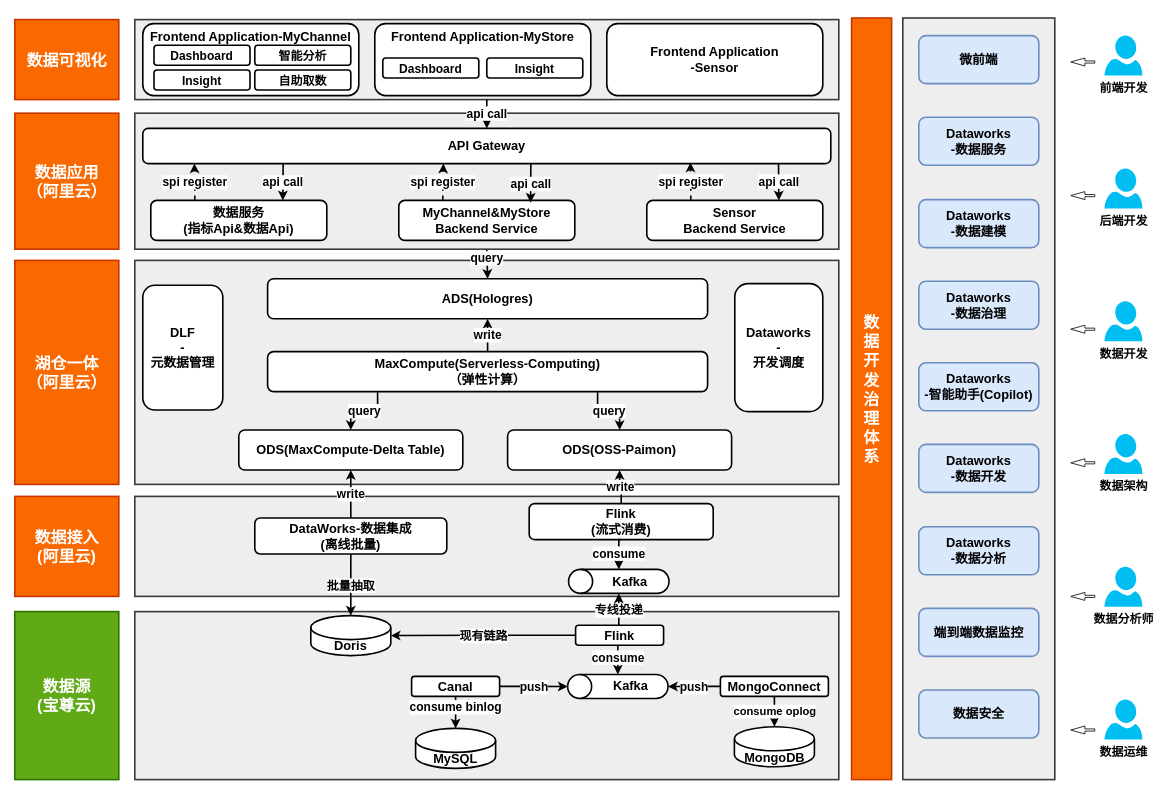
jackie-thank/beego-authz keeps this draw.io diagram as page "Apple-future-architecture-pitch2" (14 of 17) of indicator-platform.drawio. Above is the earlier version. Source tidied: cells renumbered, new cells numbered last; positions are measured from the earlier drawing's top-left corner, leaving out a move shared by most shapes. Both pictures are drawn from the tidied source at 80%, with x=0, y=0 at pixel (14, 18).
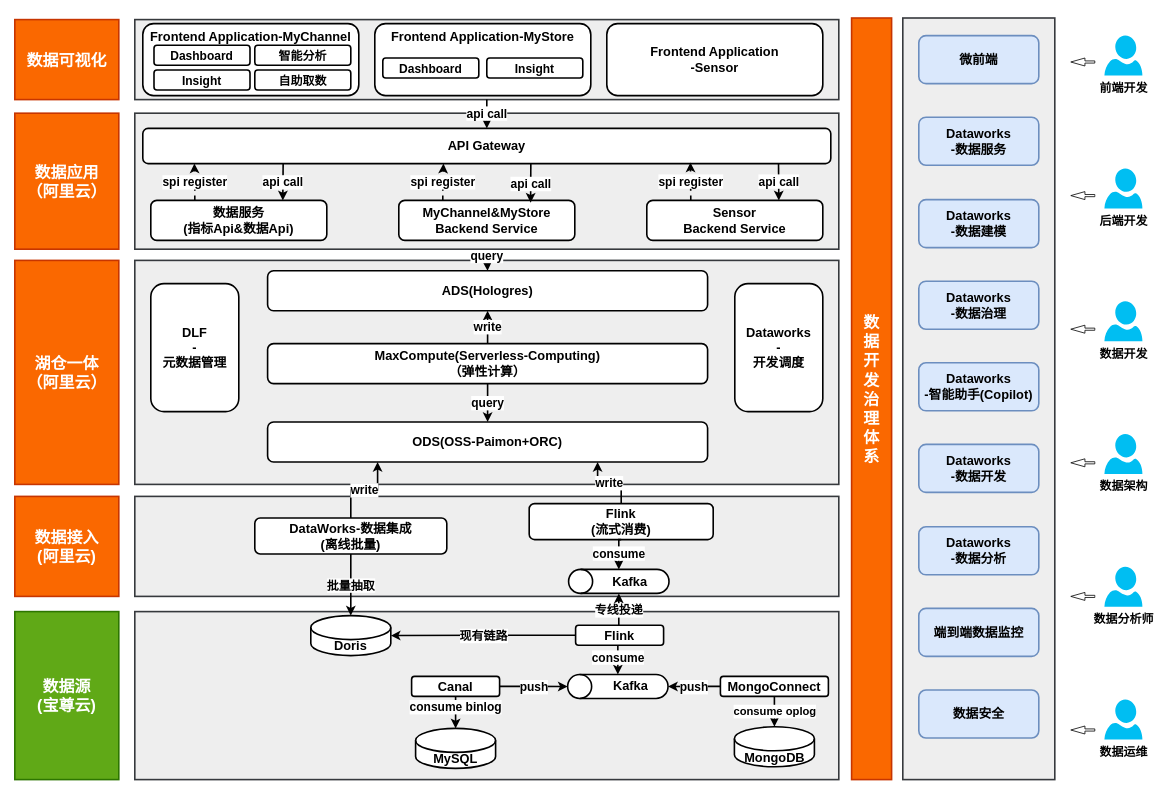
The same page after the edit.

Unchanged cells that the change refers to:
```xml
<mxCell id="23" value="&lt;div&gt;DataWorks-数据集成&lt;/div&gt;&lt;div&gt;(离线批量)&lt;br&gt;&lt;/div&gt;" style="rounded=1;whiteSpace=wrap;html=1;strokeWidth=2;fontSize=16;fontStyle=1;" parent="1" vertex="1">
  <mxGeometry x="300" y="625" width="240" height="45" as="geometry" />
</mxCell>
<mxCell id="29" value="&lt;div&gt;Flink&lt;/div&gt;&lt;div&gt;(流式消费)&lt;br&gt;&lt;/div&gt;" style="rounded=1;whiteSpace=wrap;html=1;strokeWidth=2;fontSize=16;fontStyle=1;" parent="1" vertex="1">
  <mxGeometry x="643" y="607" width="230" height="45" as="geometry" />
</mxCell>
```

Change to the diagram source:
```diff
@@
-    <mxCell id="6" value="&lt;div&gt;ODS(OSS-Paimon)&lt;/div&gt;" style="rounded=1;whiteSpace=wrap;html=1;strokeWidth=2;fontSize=16;fontStyle=1;" parent="1" vertex="1">
-      <mxGeometry x="616" y="515" width="280" height="50" as="geometry" />
+    <mxCell id="6" value="&lt;div&gt;ODS(OSS-Paimon+ORC)&lt;/div&gt;" style="rounded=1;whiteSpace=wrap;html=1;strokeWidth=2;fontSize=16;fontStyle=1;" parent="1" vertex="1">
+      <mxGeometry x="316" y="505" width="550" height="50" as="geometry" />
     </mxCell>
@@
     <mxCell id="24" value="&lt;div&gt;ADS(Hologres)&lt;/div&gt;" style="rounded=1;whiteSpace=wrap;html=1;strokeWidth=2;fontSize=16;fontStyle=1;" parent="1" vertex="1">
-      <mxGeometry x="316" y="326" width="550" height="50" as="geometry" />
+      <mxGeometry x="316" y="316" width="550" height="50" as="geometry" />
     </mxCell>
@@
-    <mxCell id="28" value="write" style="edgeStyle=orthogonalEdgeStyle;rounded=0;jettySize=auto;html=1;exitX=0.5;exitY=0;exitDx=0;exitDy=0;entryX=0.5;entryY=1;entryDx=0;entryDy=0;strokeWidth=2;fontSize=15;fontStyle=1;" parent="1" edge="1" source="29" target="6">
+    <mxCell id="28" value="write" style="edgeStyle=orthogonalEdgeStyle;rounded=0;jettySize=auto;html=1;exitX=0.5;exitY=0;exitDx=0;exitDy=0;entryX=0.75;entryY=1;entryDx=0;entryDy=0;strokeWidth=2;fontSize=15;fontStyle=1;" parent="1" edge="1" source="29" target="6">
       <mxGeometry relative="1" as="geometry" />
     </mxCell>
@@
-    <mxCell id="40" value="query" style="edgeStyle=orthogonalEdgeStyle;rounded=0;jettySize=auto;html=1;exitX=0.75;exitY=1;exitDx=0;exitDy=0;fontSize=15;fontStyle=1;strokeWidth=2;entryX=0.5;entryY=0;entryDx=0;entryDy=0;" parent="1" edge="1" source="43" target="6">
+    <mxCell id="40" value="query" style="edgeStyle=orthogonalEdgeStyle;rounded=0;jettySize=auto;html=1;exitX=0.5;exitY=1;exitDx=0;exitDy=0;fontSize=15;fontStyle=1;strokeWidth=2;entryX=0.5;entryY=0;entryDx=0;entryDy=0;" parent="1" edge="1" source="43" target="6">
       <mxGeometry relative="1" as="geometry" />
     </mxCell>
@@
-    <mxCell id="42" value="query" style="edgeStyle=orthogonalEdgeStyle;rounded=0;jettySize=auto;html=1;exitX=0.25;exitY=1;exitDx=0;exitDy=0;strokeWidth=2;fontSize=15;fontStyle=1;" parent="1" edge="1" source="43" target="87">
-      <mxGeometry relative="1" as="geometry" />
-    </mxCell>
     <mxCell id="43" value="&lt;div&gt;MaxCompute(Serverless-Computing)&lt;/div&gt;&lt;div&gt;（弹性计算）&lt;/div&gt;" style="rounded=1;whiteSpace=wrap;html=1;strokeWidth=2;fontSize=16;fontStyle=1;" parent="1" vertex="1">
-      <mxGeometry x="316" y="417" width="550" height="50" as="geometry" />
+      <mxGeometry x="316" y="407" width="550" height="50" as="geometry" />
     </mxCell>
@@
-    <mxCell id="57" value="write" style="edgeStyle=orthogonalEdgeStyle;rounded=0;jettySize=auto;html=1;exitX=0.5;exitY=0;exitDx=0;exitDy=0;entryX=0.5;entryY=1;entryDx=0;entryDy=0;strokeWidth=2;fontSize=15;fontStyle=1;" parent="1" edge="1" source="23" target="87">
+    <mxCell id="57" value="write" style="edgeStyle=orthogonalEdgeStyle;rounded=0;jettySize=auto;html=1;exitX=0.5;exitY=0;exitDx=0;exitDy=0;entryX=0.25;entryY=1;entryDx=0;entryDy=0;strokeWidth=2;fontSize=15;fontStyle=1;" parent="1" edge="1" source="23" target="6">
       <mxGeometry relative="1" as="geometry" />
     </mxCell>
@@
     <mxCell id="86" value="&lt;div&gt;DLF&lt;/div&gt;&lt;div&gt;-&lt;/div&gt;&lt;div&gt;元数据管理&lt;/div&gt;" style="rounded=1;whiteSpace=wrap;html=1;strokeWidth=2;fontSize=16;fontStyle=1;" parent="1" vertex="1">
-      <mxGeometry x="160" y="334" width="100" height="156" as="geometry" />
+      <mxGeometry x="170" y="332" width="110" height="160" as="geometry" />
     </mxCell>
-    <mxCell id="87" value="ODS(MaxCompute-Delta Table)" style="rounded=1;whiteSpace=wrap;html=1;strokeWidth=2;fontSize=16;fontStyle=1;" parent="1" vertex="1">
-      <mxGeometry x="280" y="515" width="280" height="50" as="geometry" />
-    </mxCell>
```
